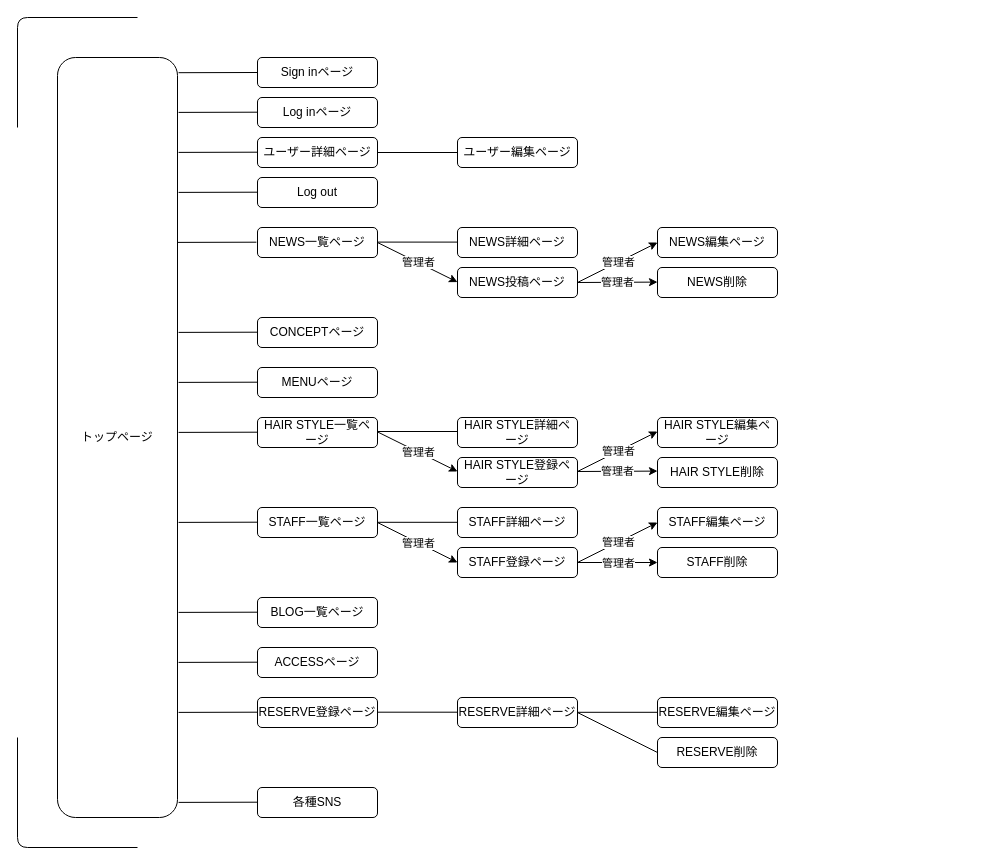
The draw.io diagram transition.dio in prodaigo/salon_app, before the edit. Source tidied: cells renumbered, new cells numbered last; positions are measured from the earlier drawing's top-left corner, leaving out a move shared by most shapes. Both pictures are drawn from the tidied source at 100%, with x=0, y=0 at pixel (17, 17).
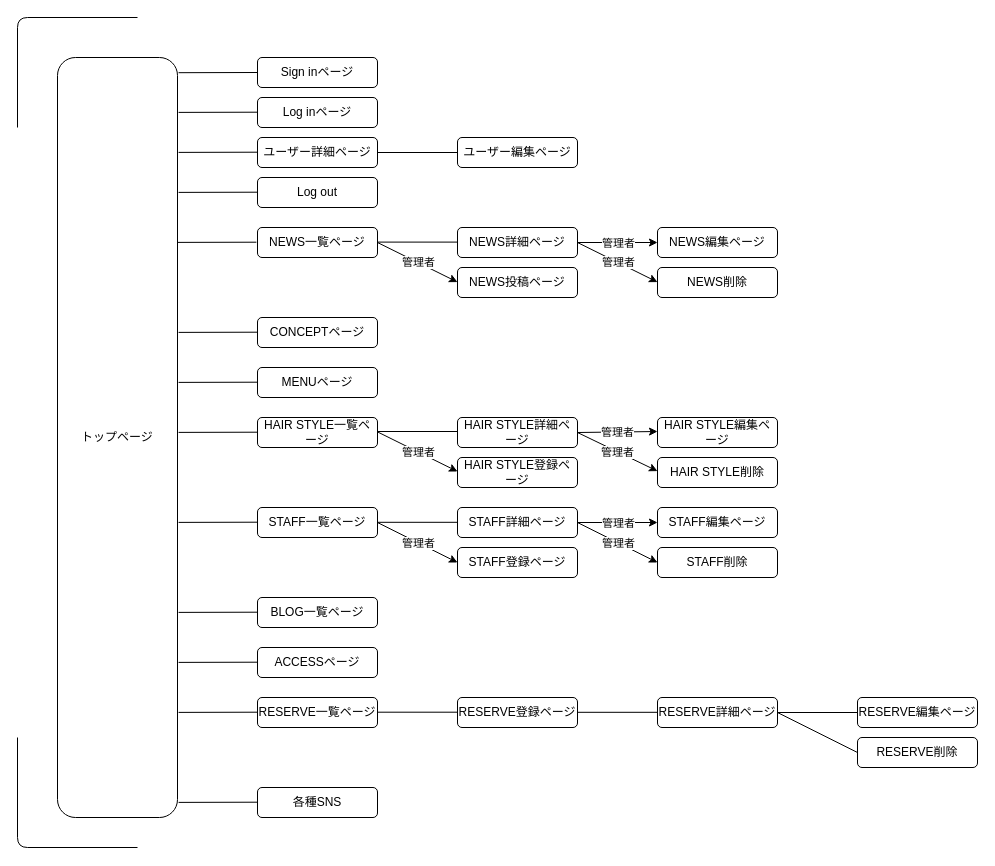
The same diagram, later.

Commit message (it also covers changes not shown here):
画面遷移図の編集

The change refers to these unchanged cells:
```xml
<mxCell id="4" value="NEWS詳細ページ" style="rounded=1;whiteSpace=wrap;html=1;" parent="1" vertex="1">
  <mxGeometry x="440" y="210" width="120" height="30" as="geometry" />
</mxCell>
<mxCell id="5" value="NEWS投稿ページ" style="rounded=1;whiteSpace=wrap;html=1;" parent="1" vertex="1">
  <mxGeometry x="440" y="250" width="120" height="30" as="geometry" />
</mxCell>
<mxCell id="6" value="NEWS編集ページ" style="rounded=1;whiteSpace=wrap;html=1;" parent="1" vertex="1">
  <mxGeometry x="640" y="210" width="120" height="30" as="geometry" />
</mxCell>
<mxCell id="10" value="HAIR STYLE詳細ページ" style="rounded=1;whiteSpace=wrap;html=1;" parent="1" vertex="1">
  <mxGeometry x="440" y="400" width="120" height="30" as="geometry" />
</mxCell>
<mxCell id="15" value="STAFF詳細ページ" style="rounded=1;whiteSpace=wrap;html=1;" parent="1" vertex="1">
  <mxGeometry x="440" y="490" width="120" height="30" as="geometry" />
</mxCell>
<mxCell id="16" value="STAFF登録ページ" style="rounded=1;whiteSpace=wrap;html=1;" parent="1" vertex="1">
  <mxGeometry x="440" y="530" width="120" height="30" as="geometry" />
</mxCell>
<mxCell id="17" value="STAFF編集ページ" style="rounded=1;whiteSpace=wrap;html=1;" parent="1" vertex="1">
  <mxGeometry x="640" y="490" width="120" height="30" as="geometry" />
</mxCell>
<mxCell id="18" value="STAFF削除" style="rounded=1;whiteSpace=wrap;html=1;" parent="1" vertex="1">
  <mxGeometry x="640" y="530" width="120" height="30" as="geometry" />
</mxCell>
```

The edit, as a diff of the source:
```diff
@@
-    <mxCell id="22" value="RESERVE登録ページ" style="rounded=1;whiteSpace=wrap;html=1;" parent="1" vertex="1">
+    <mxCell id="22" value="RESERVE一覧ページ" style="rounded=1;whiteSpace=wrap;html=1;" parent="1" vertex="1">
       <mxGeometry x="240" y="680" width="120" height="30" as="geometry" />
     </mxCell>
-    <mxCell id="23" value="RESERVE詳細ページ" style="rounded=1;whiteSpace=wrap;html=1;" parent="1" vertex="1">
+    <mxCell id="23" value="RESERVE登録ページ" style="rounded=1;whiteSpace=wrap;html=1;" parent="1" vertex="1">
       <mxGeometry x="440" y="680" width="120" height="30" as="geometry" />
     </mxCell>
-    <mxCell id="24" value="RESERVE編集ページ" style="rounded=1;whiteSpace=wrap;html=1;" parent="1" vertex="1">
+    <mxCell id="24" value="RESERVE詳細ページ" style="rounded=1;whiteSpace=wrap;html=1;" parent="1" vertex="1">
       <mxGeometry x="640" y="680" width="120" height="30" as="geometry" />
     </mxCell>
-    <mxCell id="25" value="RESERVE削除" style="rounded=1;whiteSpace=wrap;html=1;" parent="1" vertex="1">
-      <mxGeometry x="640" y="720" width="120" height="30" as="geometry" />
-    </mxCell>
@@
-    <mxCell id="36" style="endArrow=classic;html=1;" parent="1" edge="1">
+    <mxCell id="36" style="endArrow=classic;html=1;exitX=1;exitY=0.5;exitDx=0;exitDy=0;" parent="1" edge="1" source="4">
       <mxGeometry relative="1" as="geometry">
-        <mxPoint x="560" y="265" as="sourcePoint" />
         <mxPoint x="640" y="264.6" as="targetPoint" />
       </mxGeometry>
     </mxCell>
@@
-    <mxCell id="38" style="endArrow=classic;html=1;entryX=0;entryY=0.5;entryDx=0;entryDy=0;exitX=1;exitY=0.5;exitDx=0;exitDy=0;" parent="1" edge="1" source="5" target="6">
+    <mxCell id="38" style="endArrow=classic;html=1;entryX=0;entryY=0.5;entryDx=0;entryDy=0;exitX=1;exitY=0.5;exitDx=0;exitDy=0;" parent="1" edge="1" source="4" target="6">
       <mxGeometry relative="1" as="geometry" />
     </mxCell>
@@
-    <mxCell id="56" style="endArrow=classic;html=1;" parent="1" edge="1">
+    <mxCell id="56" style="endArrow=classic;html=1;exitX=1;exitY=0.5;exitDx=0;exitDy=0;" parent="1" edge="1" source="10">
       <mxGeometry relative="1" as="geometry">
-        <mxPoint x="560" y="454" as="sourcePoint" />
         <mxPoint x="640" y="453.6" as="targetPoint" />
       </mxGeometry>
     </mxCell>
@@
-    <mxCell id="58" style="endArrow=classic;html=1;entryX=0;entryY=0.5;entryDx=0;entryDy=0;exitX=1;exitY=0.5;exitDx=0;exitDy=0;" parent="1" edge="1">
+    <mxCell id="58" style="endArrow=classic;html=1;entryX=0;entryY=0.5;entryDx=0;entryDy=0;exitX=1;exitY=0.5;exitDx=0;exitDy=0;" parent="1" edge="1" source="10">
       <mxGeometry relative="1" as="geometry">
-        <mxPoint x="560" y="454" as="sourcePoint" />
         <mxPoint x="640" y="414" as="targetPoint" />
       </mxGeometry>
     </mxCell>
@@
-    <mxCell id="63" style="endArrow=classic;html=1;exitX=1;exitY=0.5;exitDx=0;exitDy=0;entryX=0;entryY=0.5;entryDx=0;entryDy=0;" parent="1" edge="1" source="16" target="18">
+    <mxCell id="63" style="endArrow=classic;html=1;exitX=1;exitY=0.5;exitDx=0;exitDy=0;entryX=0;entryY=0.5;entryDx=0;entryDy=0;" parent="1" edge="1" source="15" target="18">
       <mxGeometry relative="1" as="geometry" />
     </mxCell>
@@
-    <mxCell id="65" style="endArrow=classic;html=1;entryX=0;entryY=0.5;entryDx=0;entryDy=0;exitX=1;exitY=0.5;exitDx=0;exitDy=0;" parent="1" edge="1" source="16" target="17">
+    <mxCell id="65" style="endArrow=classic;html=1;entryX=0;entryY=0.5;entryDx=0;entryDy=0;exitX=1;exitY=0.5;exitDx=0;exitDy=0;" parent="1" edge="1" source="15" target="17">
       <mxGeometry relative="1" as="geometry" />
     </mxCell>
@@
-    <mxCell id="71" style="endArrow=none;html=1;exitX=1;exitY=0.5;exitDx=0;exitDy=0;entryX=0;entryY=0.5;entryDx=0;entryDy=0;" parent="1" edge="1" source="23" target="25">
-      <mxGeometry relative="1" as="geometry" />
-    </mxCell>
+    <mxCell id="72" value="RESERVE編集ページ" style="rounded=1;whiteSpace=wrap;html=1;" parent="1" vertex="1">
+      <mxGeometry x="840" y="680" width="120" height="30" as="geometry" />
+    </mxCell>
+    <mxCell id="25" value="RESERVE削除" style="rounded=1;whiteSpace=wrap;html=1;" parent="1" vertex="1">
+      <mxGeometry x="840" y="720" width="120" height="30" as="geometry" />
+    </mxCell>
+    <mxCell id="73" style="endArrow=none;html=1;entryX=0;entryY=0.5;entryDx=0;entryDy=0;exitX=1;exitY=0.5;exitDx=0;exitDy=0;" parent="1" edge="1" source="24" target="72">
+      <mxGeometry relative="1" as="geometry" />
+    </mxCell>
+    <mxCell id="74" style="endArrow=none;html=1;entryX=0;entryY=0.5;entryDx=0;entryDy=0;exitX=1;exitY=0.5;exitDx=0;exitDy=0;" parent="1" edge="1" source="24" target="25">
+      <mxGeometry relative="1" as="geometry" />
+    </mxCell>
```
